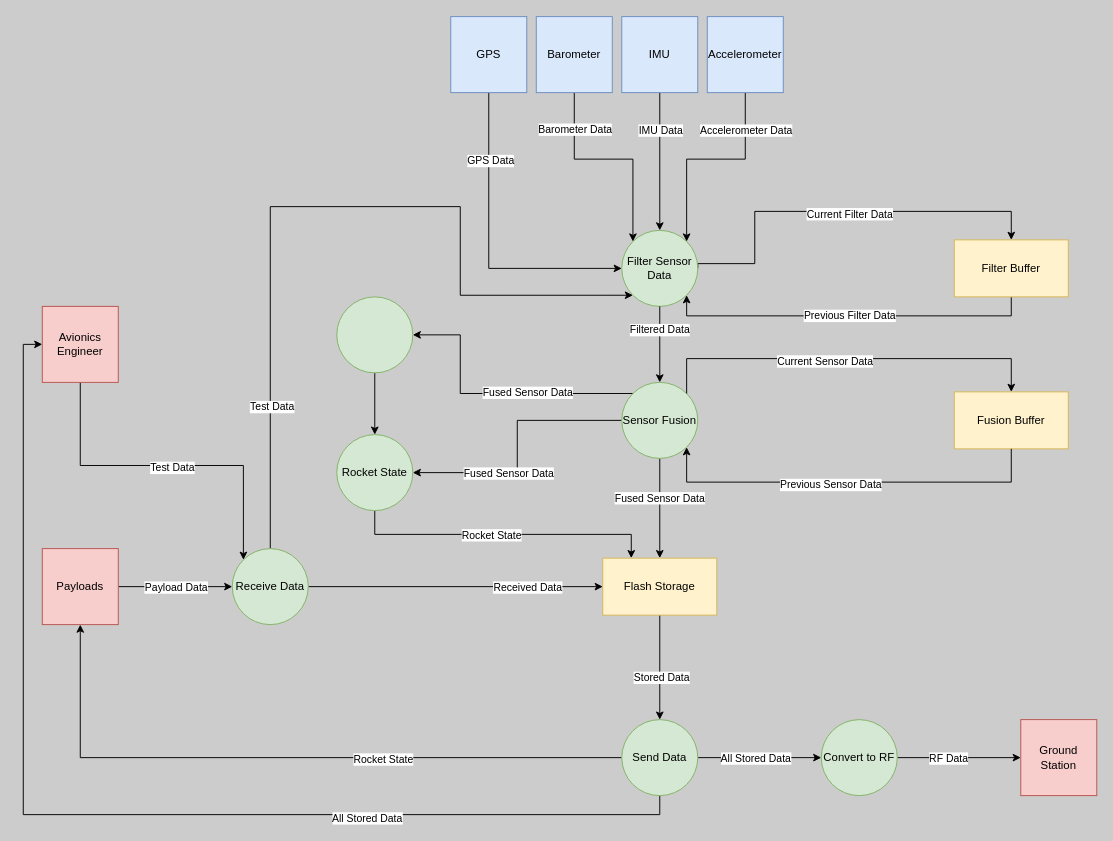
Earlier version of the draw.io diagram page "Data Flow - 1" (3 of 4) of Untitled Diagram.drawio (ckeer0/Personal-Projects). Source tidied: cells renumbered, new cells numbered last; positions are measured from the earlier drawing's top-left corner, leaving out a move shared by most shapes. Both pictures are drawn from the tidied source at 95%, with x=0, y=0 at pixel (42, 16).
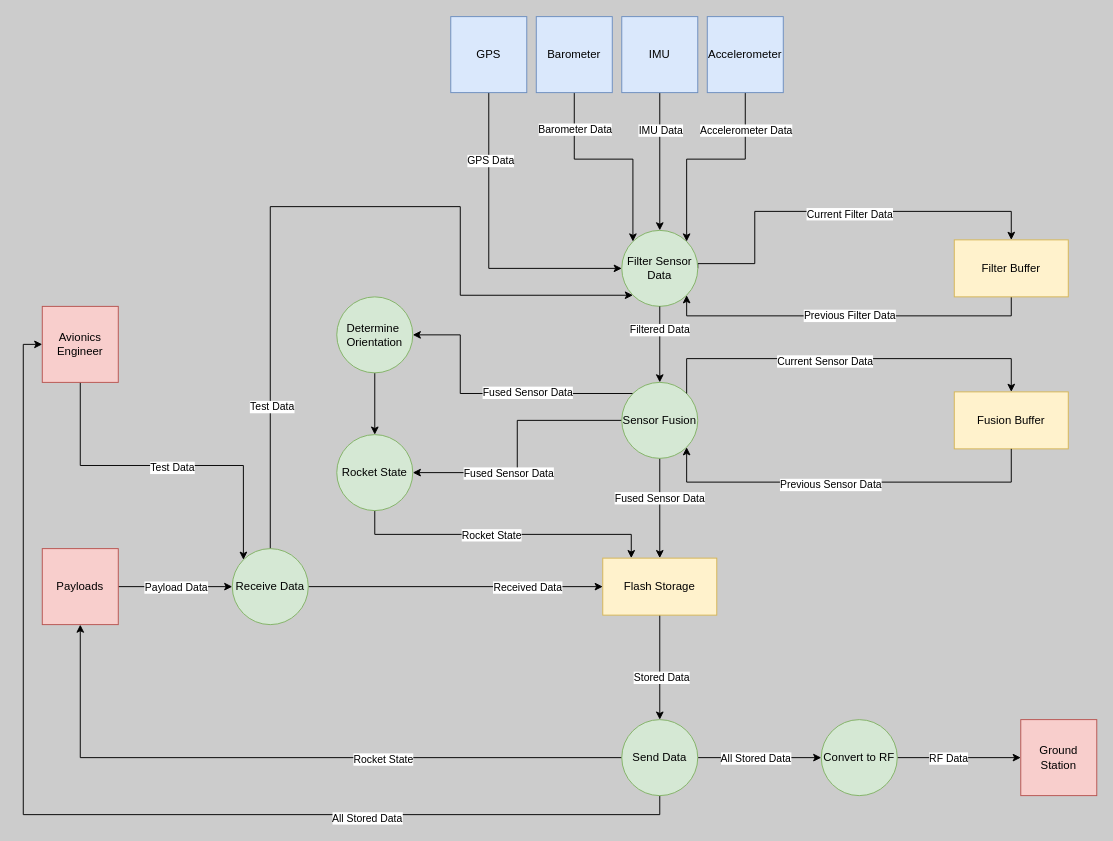
After the change.

What changed in the source:
```diff
@@
-    <mxCell id="61" style="ellipse;whiteSpace=wrap;html=1;fillColor=#d5e8d4;strokeColor=#82b366;" parent="1" vertex="1">
+    <mxCell id="61" value="Determine&amp;nbsp;&lt;br&gt;Orientation" style="ellipse;whiteSpace=wrap;html=1;fillColor=#d5e8d4;strokeColor=#82b366;" parent="1" vertex="1">
       <mxGeometry x="310" y="295" width="80" height="80" as="geometry" />
     </mxCell>
```
